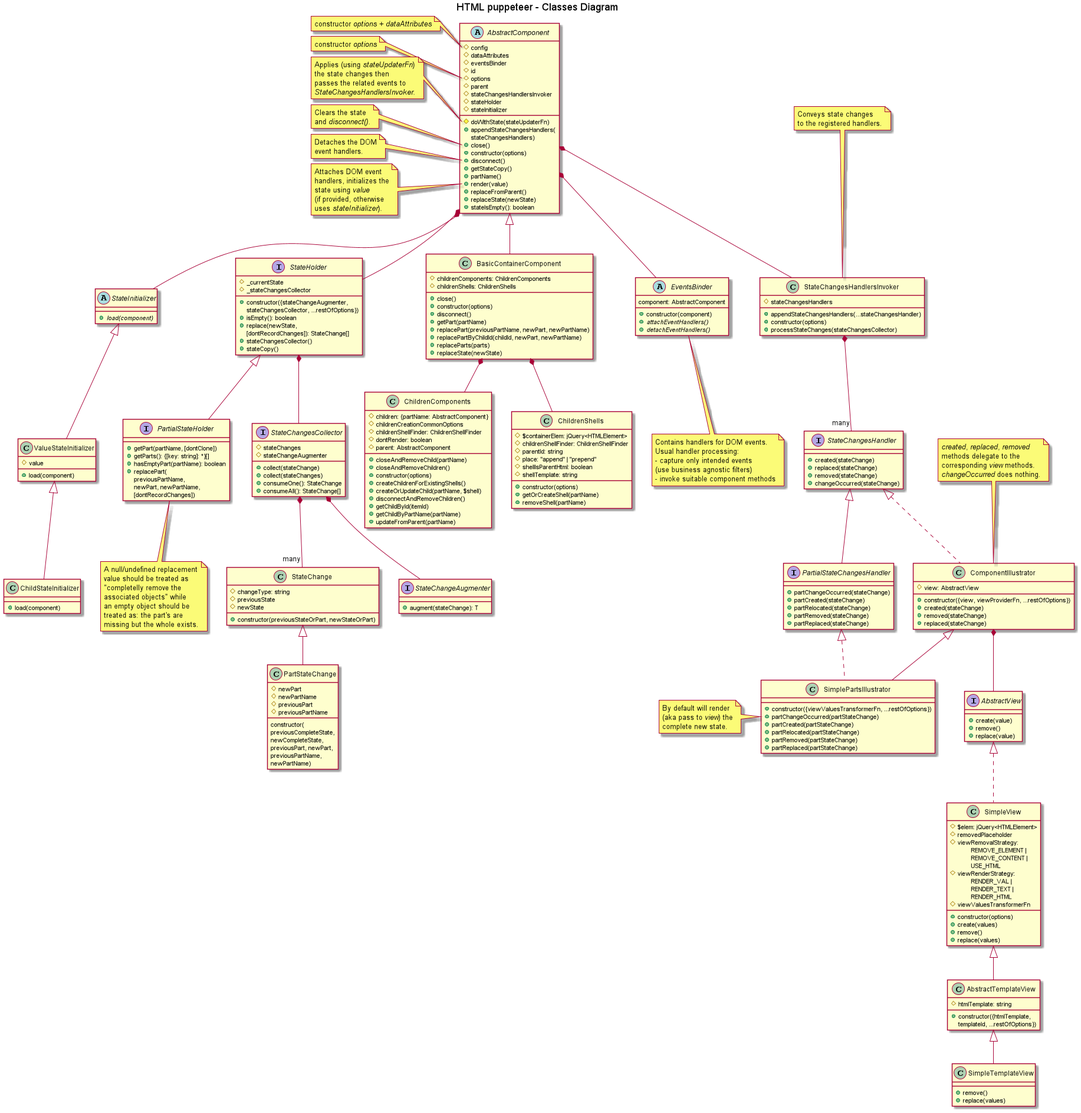
Earlier version of the PlantUML export design/classes-diagram-HTML_puppeteer___Classes_Diagram.png (adrhc/html-puppeteer).
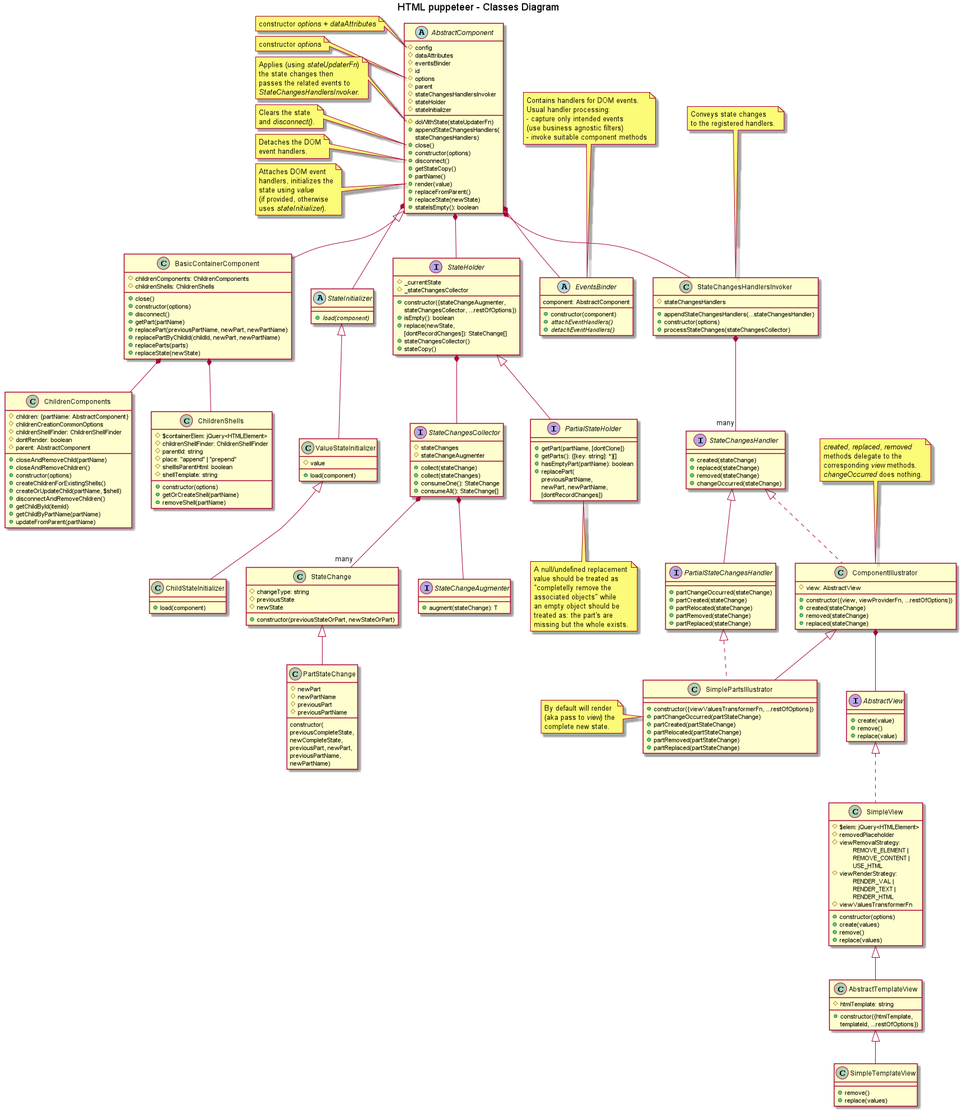
Later version of the same file.

Change to the diagram source:
```diff
@@ -94,7 +94,7 @@
   {abstract}+detachEventHandlers()
 }
 
-note bottom of EventsBinder
+note top of EventsBinder
   Contains handlers for DOM events.
   Usual handler processing:
   - capture only intended events
```
